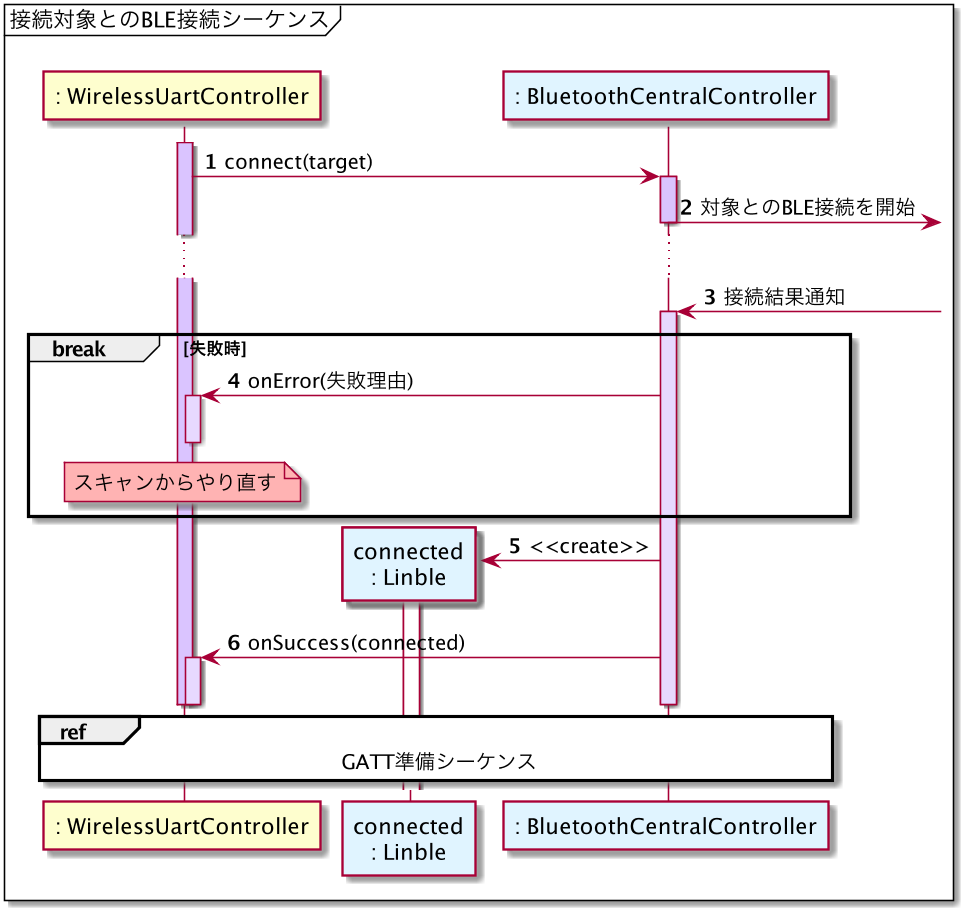
This is out/plantuml/sequence_connection.png from musen-connect-inc/linble-sample-wireless-uart, a PlantUML export, as it was before one commit. Source of this version:
```plantuml
@startuml sequence_connection
skinparamlocked dpi 150

mainframe 接続対象とのBLE接続シーケンス

participant ": WirelessUartController" as WirelessUartController
participant "connected\n: Linble" as Linble #e0f4ff
participant ": BluetoothCentralController" as BluetoothCentralController #e0f4ff

autonumber

activate WirelessUartController #dac4ff

WirelessUartController -> BluetoothCentralController: connect(target)
activate BluetoothCentralController #dac4ff

BluetoothCentralController ->]: 対象とのBLE接続を開始

deactivate BluetoothCentralController

...

BluetoothCentralController <-]: 接続結果通知
activate BluetoothCentralController #e7d9ff

break 失敗時

BluetoothCentralController -> WirelessUartController: onError(失敗理由)
activate WirelessUartController #e7d9ff

note over WirelessUartController #ffb3b3: スキャンからやり直す

deactivate WirelessUartController

end

create Linble
BluetoothCentralController -> Linble: <<create>>
activate Linble

BluetoothCentralController -> WirelessUartController: onSuccess(connected)
activate WirelessUartController #e7d9ff

ref over WirelessUartController,Linble,BluetoothCentralController: GATT準備シーケンス

deactivate WirelessUartController


deactivate WirelessUartController

deactivate BluetoothCentralController

@enduml
```
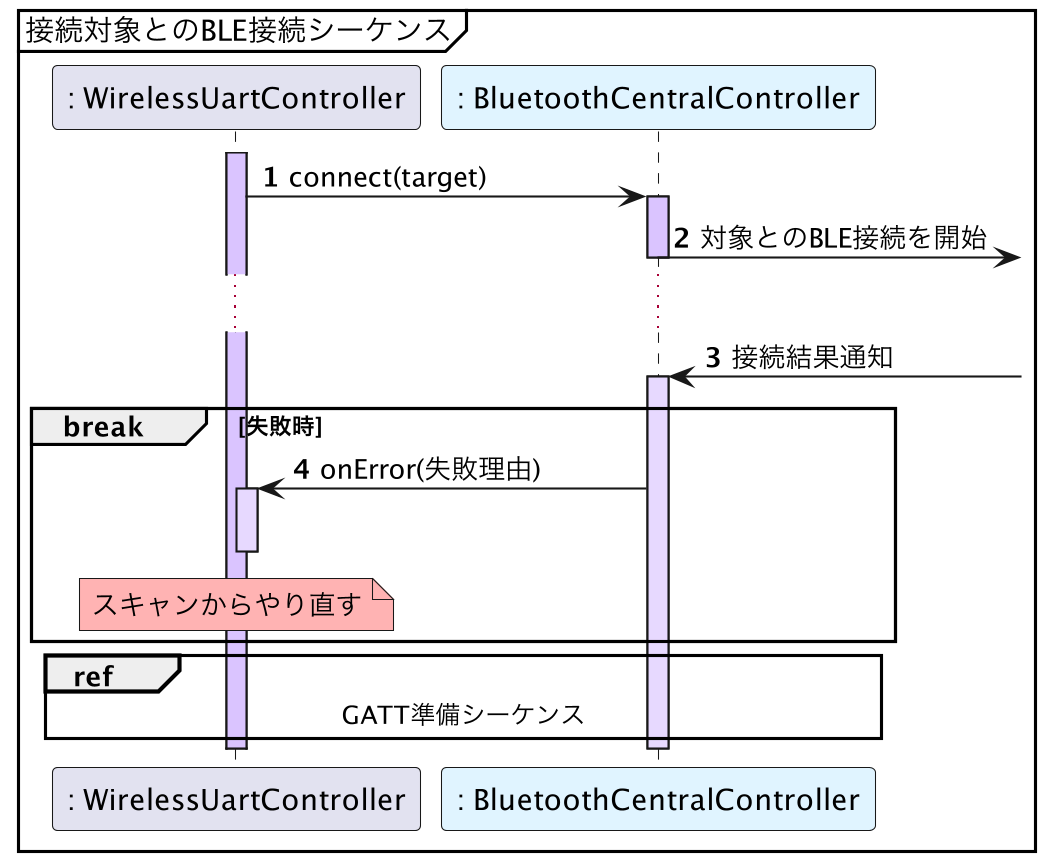
Above is the later version.

Diff of the diagram source:
```diff
@@ -1,10 +1,9 @@
 @startuml sequence_connection
-skinparamlocked dpi 150
+skinparamlocked dpi 200
 
 mainframe 接続対象とのBLE接続シーケンス
 
 participant ": WirelessUartController" as WirelessUartController
-participant "connected\n: Linble" as Linble #e0f4ff
 participant ": BluetoothCentralController" as BluetoothCentralController #e0f4ff
 
 autonumber
@@ -34,17 +33,7 @@
 
 end
 
-create Linble
-BluetoothCentralController -> Linble: <<create>>
-activate Linble
-
-BluetoothCentralController -> WirelessUartController: onSuccess(connected)
-activate WirelessUartController #e7d9ff
-
-ref over WirelessUartController,Linble,BluetoothCentralController: GATT準備シーケンス
-
-deactivate WirelessUartController
-
+ref over WirelessUartController,BluetoothCentralController: GATT準備シーケンス
 
 deactivate WirelessUartController
 
```
